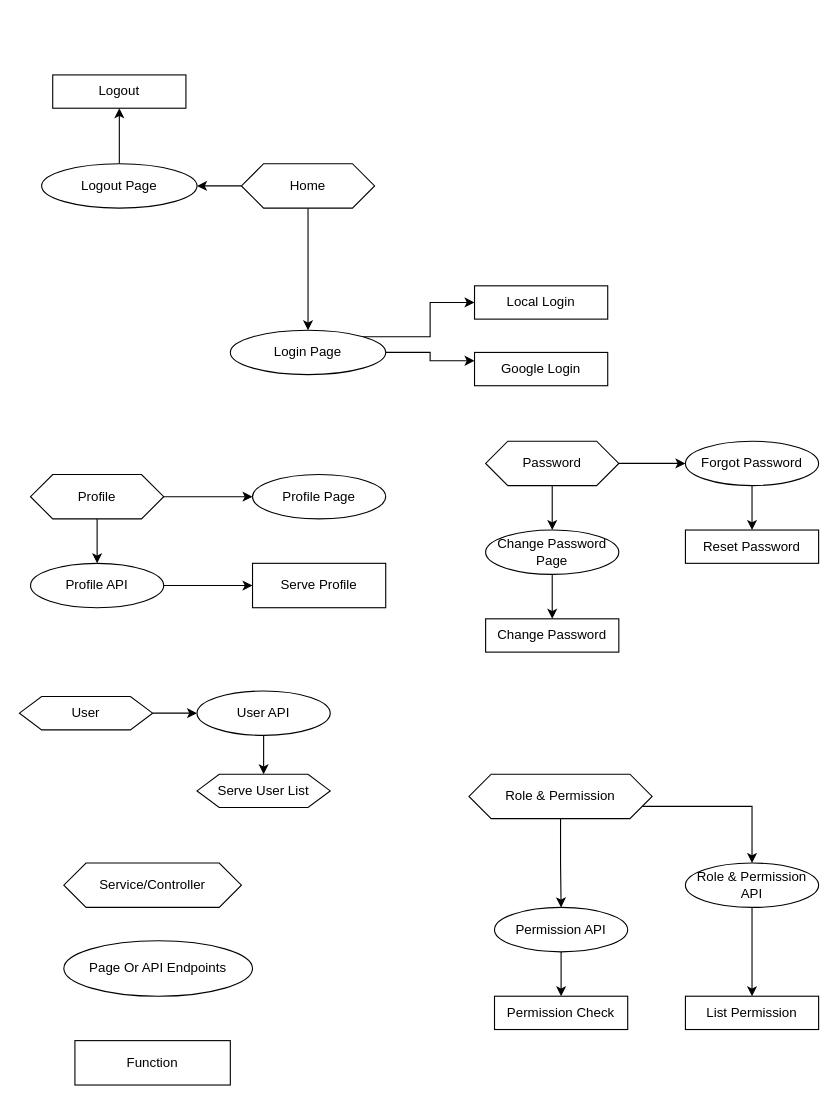
The draw.io diagram page "Identity" (1 of 4) of Design/Design.drawio in nh439/RocketShop3, before the edit. Source tidied: cells renumbered, new cells numbered last; positions are measured from the earlier drawing's top-left corner, leaving out a move shared by most shapes. Both pictures are drawn from the tidied source at 111%, with x=0, y=0 at pixel (19, 74).
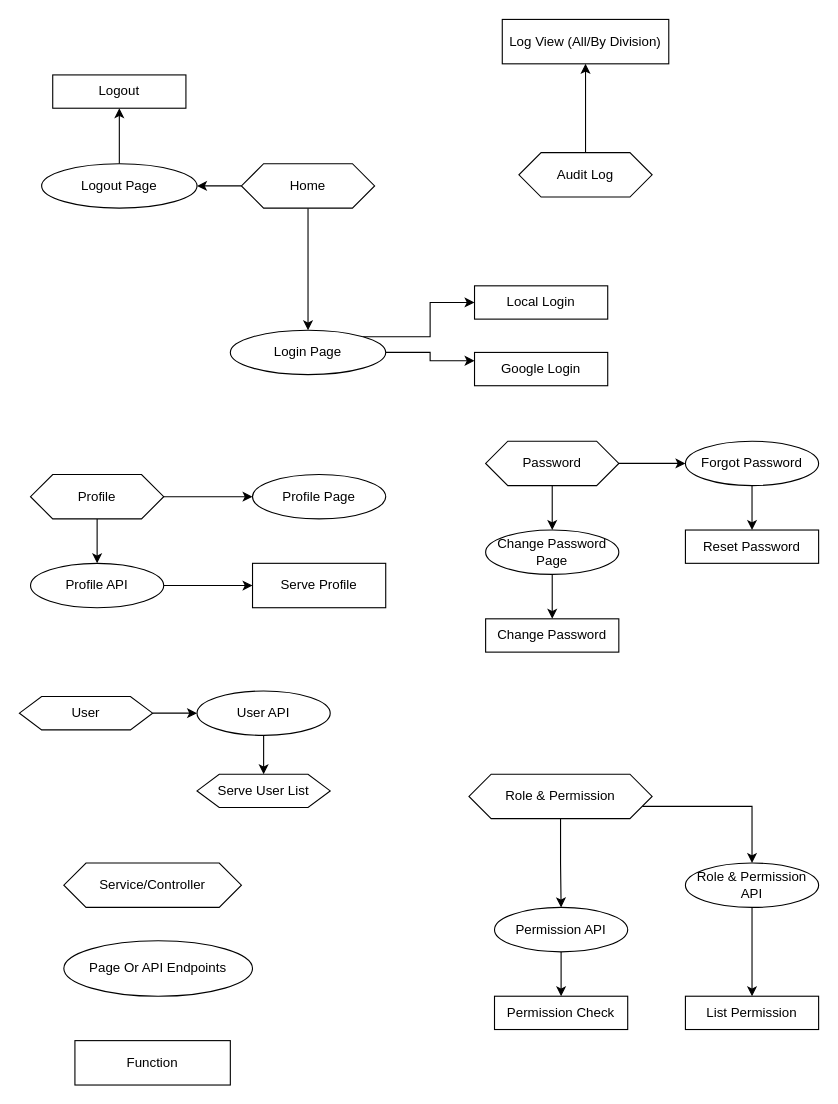
After the change.

The edit, as a diff of the source:
```diff
@@
+    <mxCell id="46" style="edgeStyle=orthogonalEdgeStyle;rounded=0;jettySize=auto;html=1;exitX=0.5;exitY=0;exitDx=0;exitDy=0;entryX=0.5;entryY=1;entryDx=0;entryDy=0;" parent="1" edge="1" source="47" target="48">
+      <mxGeometry relative="1" as="geometry" />
+    </mxCell>
+    <mxCell id="47" value="Audit Log" style="shape=hexagon;perimeter=hexagonPerimeter2;whiteSpace=wrap;html=1;fixedSize=1;" parent="1" vertex="1">
+      <mxGeometry x="450" y="70" width="120" height="40" as="geometry" />
+    </mxCell>
+    <mxCell id="48" value="Log View (All/By Division)" style="rounded=0;whiteSpace=wrap;html=1;" parent="1" vertex="1">
+      <mxGeometry x="435" y="-50" width="150" height="40" as="geometry" />
+    </mxCell>
```
